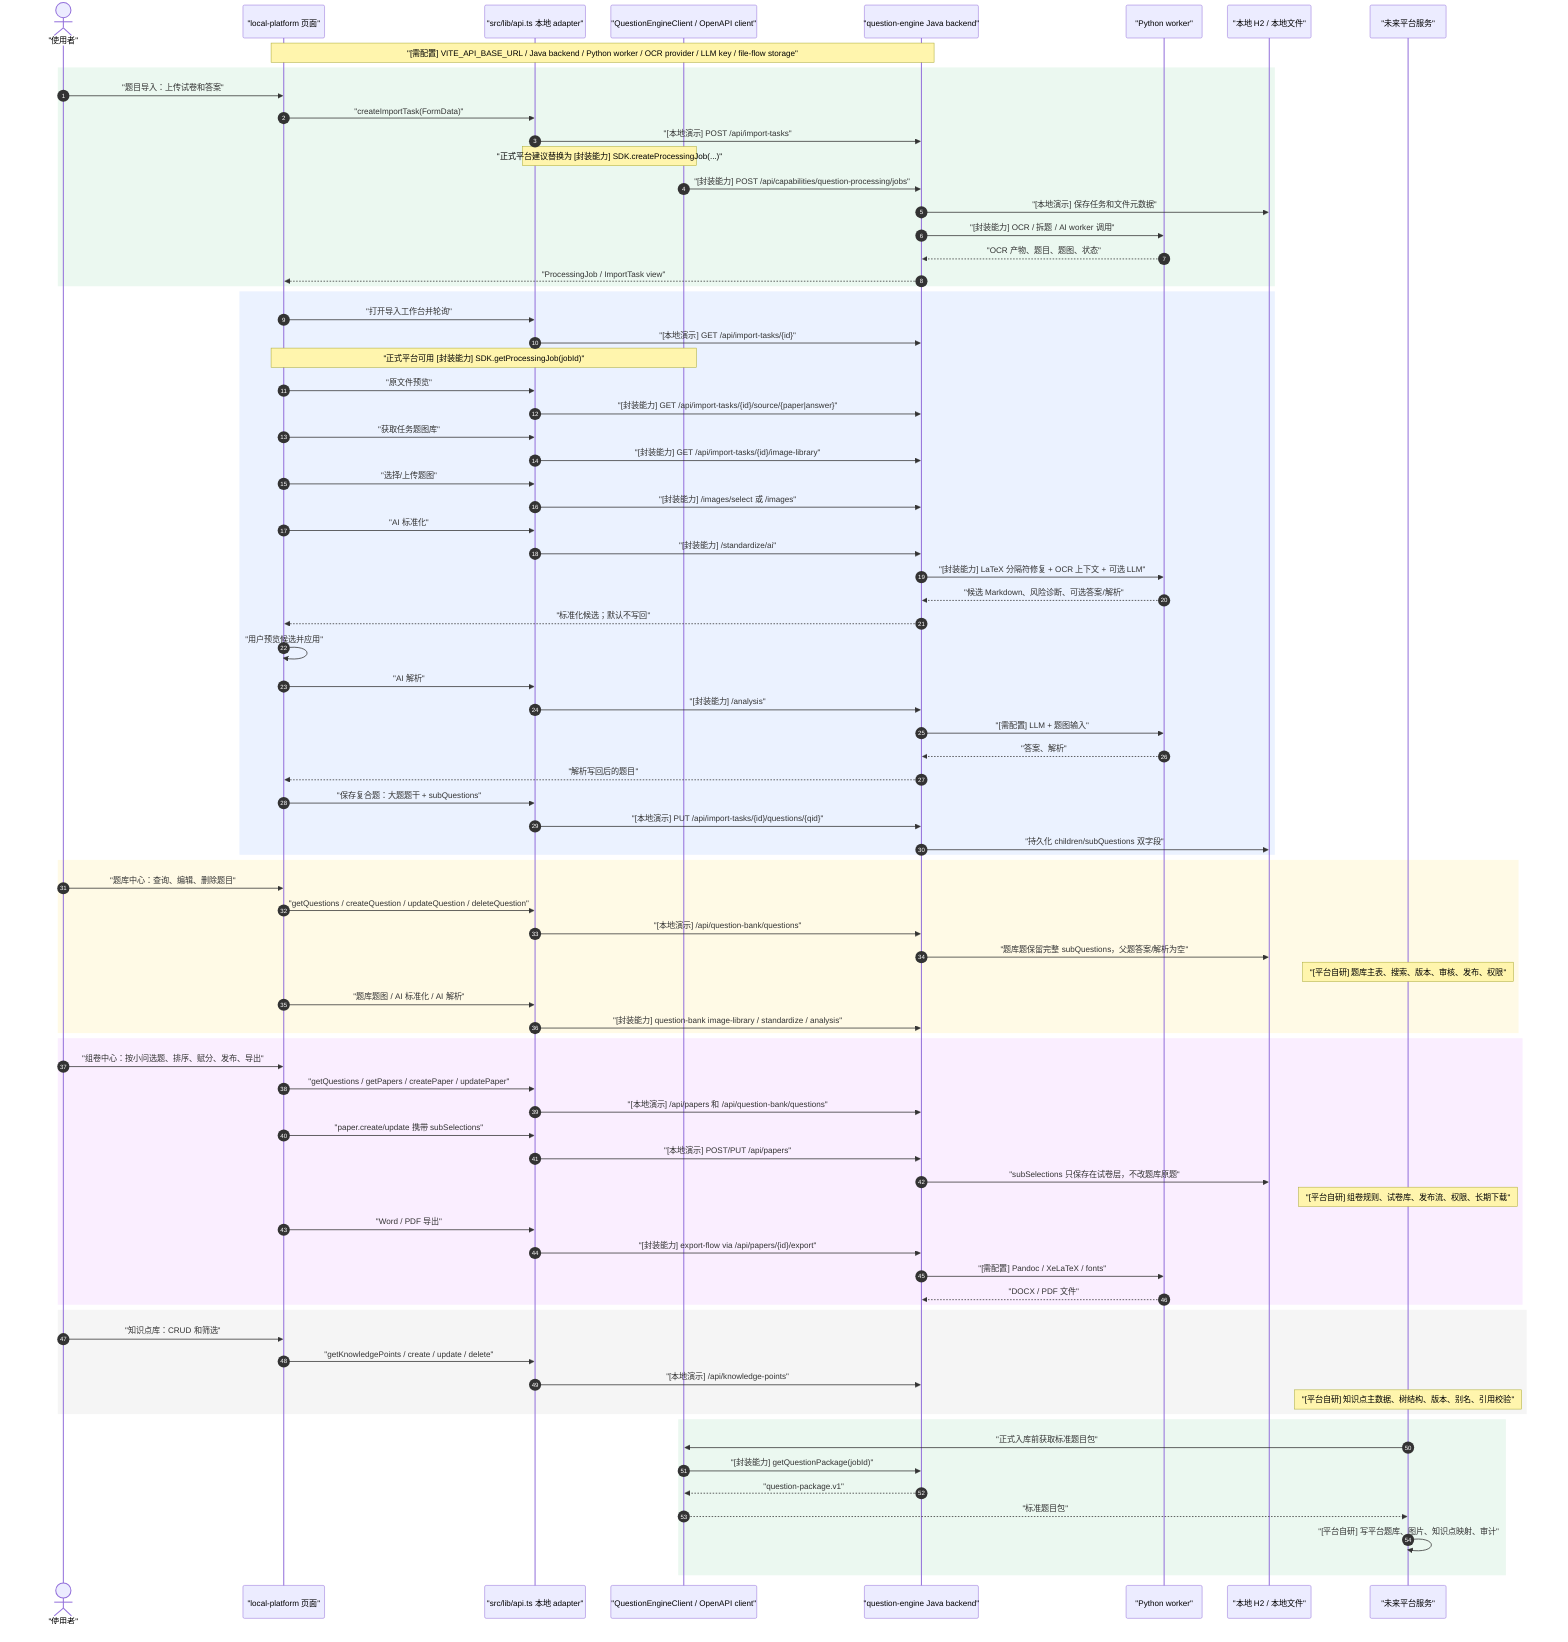
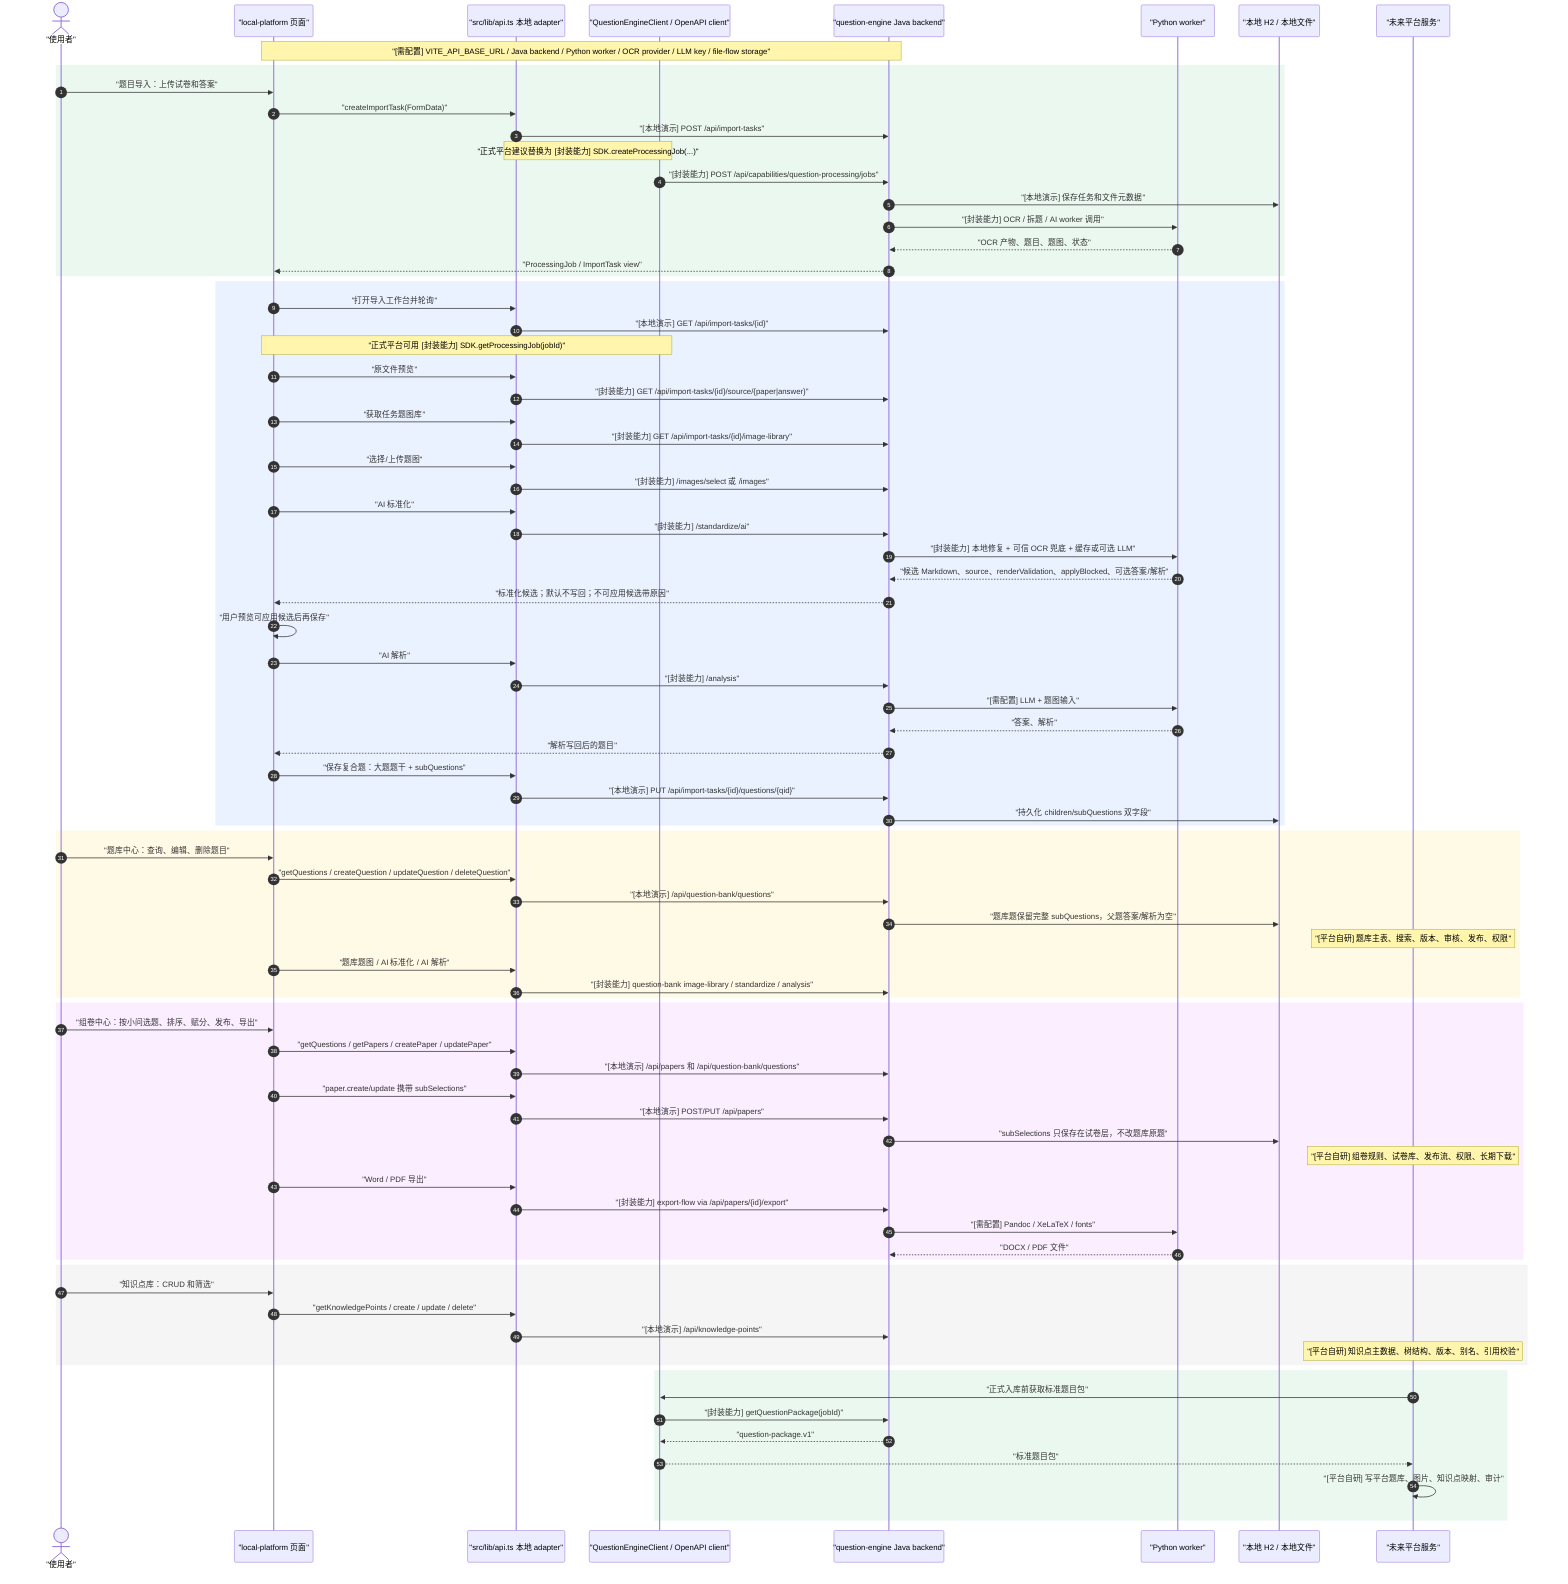
sequenceDiagram
  autonumber
  actor User as "使用者"
  participant LP as "local-platform 页面"
  participant Adapter as "src/lib/api.ts 本地 adapter"
  participant SDK as "QuestionEngineClient / OpenAPI client"
  participant Java as "question-engine Java backend"
  participant Worker as "Python worker"
  participant DemoStore as "本地 H2 / 本地文件"
  participant Platform as "未来平台服务"

  Note over LP,Java: "[需配置] VITE_API_BASE_URL / Java backend / Python worker / OCR provider / LLM key / file-flow storage"

  rect rgb(235, 248, 240)
    User->>LP: "题目导入：上传试卷和答案"
    LP->>Adapter: "createImportTask(FormData)"
    Adapter->>Java: "[本地演示] POST /api/import-tasks"
    Note over Adapter,SDK: "正式平台建议替换为 [封装能力] SDK.createProcessingJob(...)"
    SDK->>Java: "[封装能力] POST /api/capabilities/question-processing/jobs"
    Java->>DemoStore: "[本地演示] 保存任务和文件元数据"
    Java->>Worker: "[封装能力] OCR / 拆题 / AI worker 调用"
    Worker-->>Java: "OCR 产物、题目、题图、状态"
    Java-->>LP: "ProcessingJob / ImportTask view"
  end

  rect rgb(235, 242, 255)
    LP->>Adapter: "打开导入工作台并轮询"
    Adapter->>Java: "[本地演示] GET /api/import-tasks/{id}"
    Note over LP,SDK: "正式平台可用 [封装能力] SDK.getProcessingJob(jobId)"
    LP->>Adapter: "原文件预览"
    Adapter->>Java: "[封装能力] GET /api/import-tasks/{id}/source/{paper|answer}"
    LP->>Adapter: "获取任务题图库"
    Adapter->>Java: "[封装能力] GET /api/import-tasks/{id}/image-library"
    LP->>Adapter: "选择/上传题图"
    Adapter->>Java: "[封装能力] /images/select 或 /images"
    LP->>Adapter: "AI 标准化"
    Adapter->>Java: "[封装能力] /standardize/ai"
-     Java->>Worker: "[封装能力] LaTeX 分隔符修复 + OCR 上下文 + 可选 LLM"
-     Worker-->>Java: "候选 Markdown、风险诊断、可选答案/解析"
-     Java-->>LP: "标准化候选；默认不写回"
-     LP->>LP: "用户预览候选并应用"
+     Java->>Worker: "[封装能力] 本地修复 + 可信 OCR 兜底 + 缓存或可选 LLM"
+     Worker-->>Java: "候选 Markdown、source、renderValidation、applyBlocked、可选答案/解析"
+     Java-->>LP: "标准化候选；默认不写回；不可应用候选带原因"
+     LP->>LP: "用户预览可应用候选后再保存"
    LP->>Adapter: "AI 解析"
    Adapter->>Java: "[封装能力] /analysis"
    Java->>Worker: "[需配置] LLM + 题图输入"
    Worker-->>Java: "答案、解析"
    Java-->>LP: "解析写回后的题目"
    LP->>Adapter: "保存复合题：大题题干 + subQuestions"
    Adapter->>Java: "[本地演示] PUT /api/import-tasks/{id}/questions/{qid}"
    Java->>DemoStore: "持久化 children/subQuestions 双字段"
  end

  rect rgb(255, 250, 230)
    User->>LP: "题库中心：查询、编辑、删除题目"
    LP->>Adapter: "getQuestions / createQuestion / updateQuestion / deleteQuestion"
    Adapter->>Java: "[本地演示] /api/question-bank/questions"
    Java->>DemoStore: "题库题保留完整 subQuestions，父题答案/解析为空"
    Note over Platform: "[平台自研] 题库主表、搜索、版本、审核、发布、权限"
    LP->>Adapter: "题库题图 / AI 标准化 / AI 解析"
    Adapter->>Java: "[封装能力] question-bank image-library / standardize / analysis"
  end

  rect rgb(250, 238, 255)
    User->>LP: "组卷中心：按小问选题、排序、赋分、发布、导出"
    LP->>Adapter: "getQuestions / getPapers / createPaper / updatePaper"
    Adapter->>Java: "[本地演示] /api/papers 和 /api/question-bank/questions"
    LP->>Adapter: "paper.create/update 携带 subSelections"
    Adapter->>Java: "[本地演示] POST/PUT /api/papers"
    Java->>DemoStore: "subSelections 只保存在试卷层，不改题库原题"
    Note over Platform: "[平台自研] 组卷规则、试卷库、发布流、权限、长期下载"
    LP->>Adapter: "Word / PDF 导出"
    Adapter->>Java: "[封装能力] export-flow via /api/papers/{id}/export"
    Java->>Worker: "[需配置] Pandoc / XeLaTeX / fonts"
    Worker-->>Java: "DOCX / PDF 文件"
  end

  rect rgb(245, 245, 245)
    User->>LP: "知识点库：CRUD 和筛选"
    LP->>Adapter: "getKnowledgePoints / create / update / delete"
    Adapter->>Java: "[本地演示] /api/knowledge-points"
    Note over Platform: "[平台自研] 知识点主数据、树结构、版本、别名、引用校验"
  end

  rect rgb(235, 248, 240)
    Platform->>SDK: "正式入库前获取标准题目包"
    SDK->>Java: "[封装能力] getQuestionPackage(jobId)"
    Java-->>SDK: "question-package.v1"
    SDK-->>Platform: "标准题目包"
    Platform->>Platform: "[平台自研] 写平台题库、图片、知识点映射、审计"
  end
